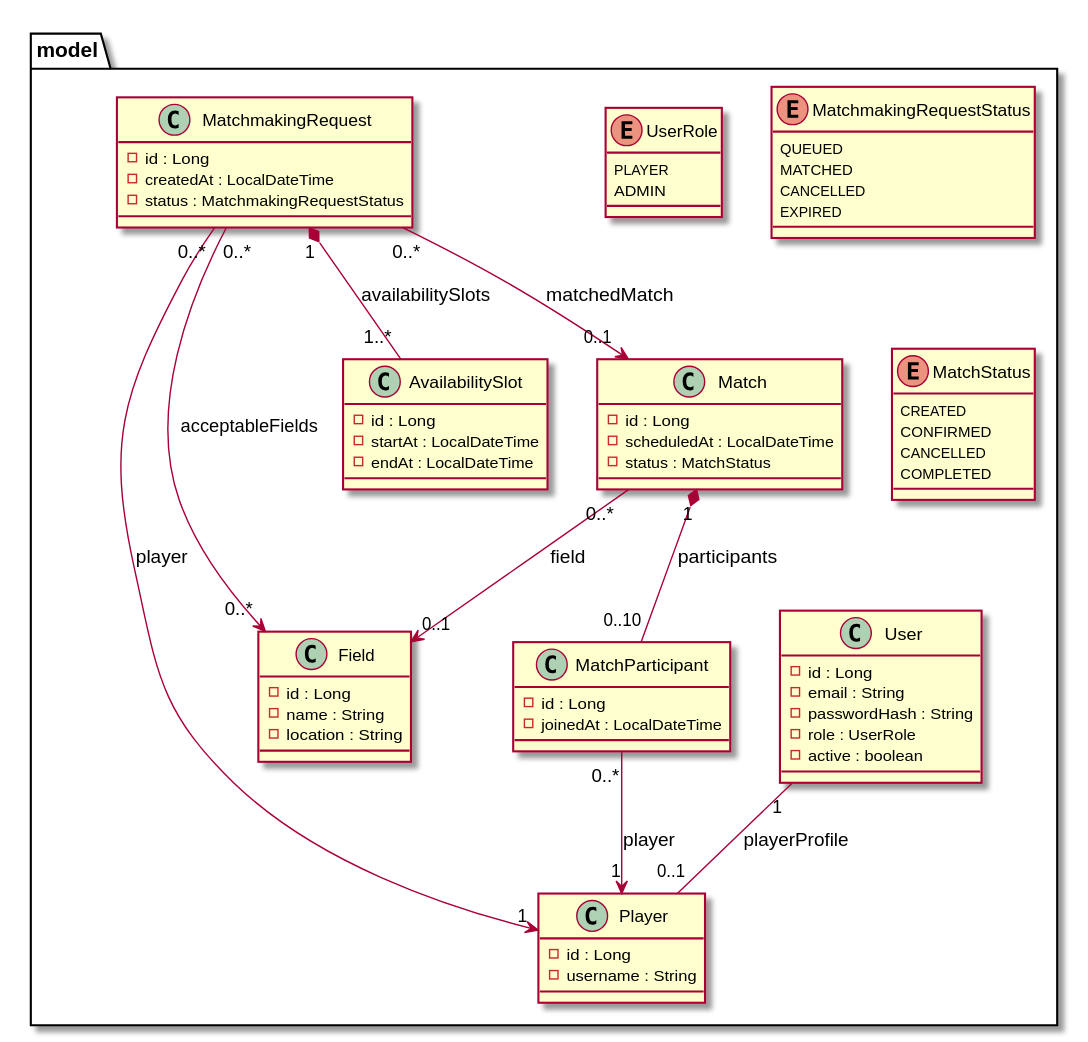
Earlier version of the PlantUML export mmk-backend/umls/architecture/svgs/model.svg (danintvl/mmk). The source it was exported from:
```plantuml
@startuml
package "model" {

  class User {
    - id : Long
    - email : String
    - passwordHash : String
    - role : UserRole
    - active : boolean
  }

  class Player {
    - id : Long
    - username : String
  }

  class Field {
    - id : Long
    - name : String
    - location : String
  }

  class MatchmakingRequest {
    - id : Long
    - createdAt : LocalDateTime
    - status : MatchmakingRequestStatus
  }

  class AvailabilitySlot {
    - id : Long
    - startAt : LocalDateTime
    - endAt : LocalDateTime
  }

  class Match {
    - id : Long
    - scheduledAt : LocalDateTime
    - status : MatchStatus
  }

  class MatchParticipant {
    - id : Long
    - joinedAt : LocalDateTime
  }

  enum UserRole {
    PLAYER
    ADMIN
  }

  enum MatchmakingRequestStatus {
    QUEUED
    MATCHED
    CANCELLED
    EXPIRED
  }

  enum MatchStatus {
    CREATED
    CONFIRMED
    CANCELLED
    COMPLETED
  }

  User "1" -- "0..1" Player : playerProfile

  MatchmakingRequest "0..*" --> "1" Player : player
  MatchmakingRequest "1" *-- "1..*" AvailabilitySlot : availabilitySlots
  MatchmakingRequest "0..*" --> "0..*" Field : acceptableFields
  MatchmakingRequest "0..*" --> "0..1" Match : matchedMatch

  Match "1" *-- "0..10" MatchParticipant : participants
  MatchParticipant "0..*" --> "1" Player : player

  Match "0..*" --> "0..1" Field : field
}
@enduml
```
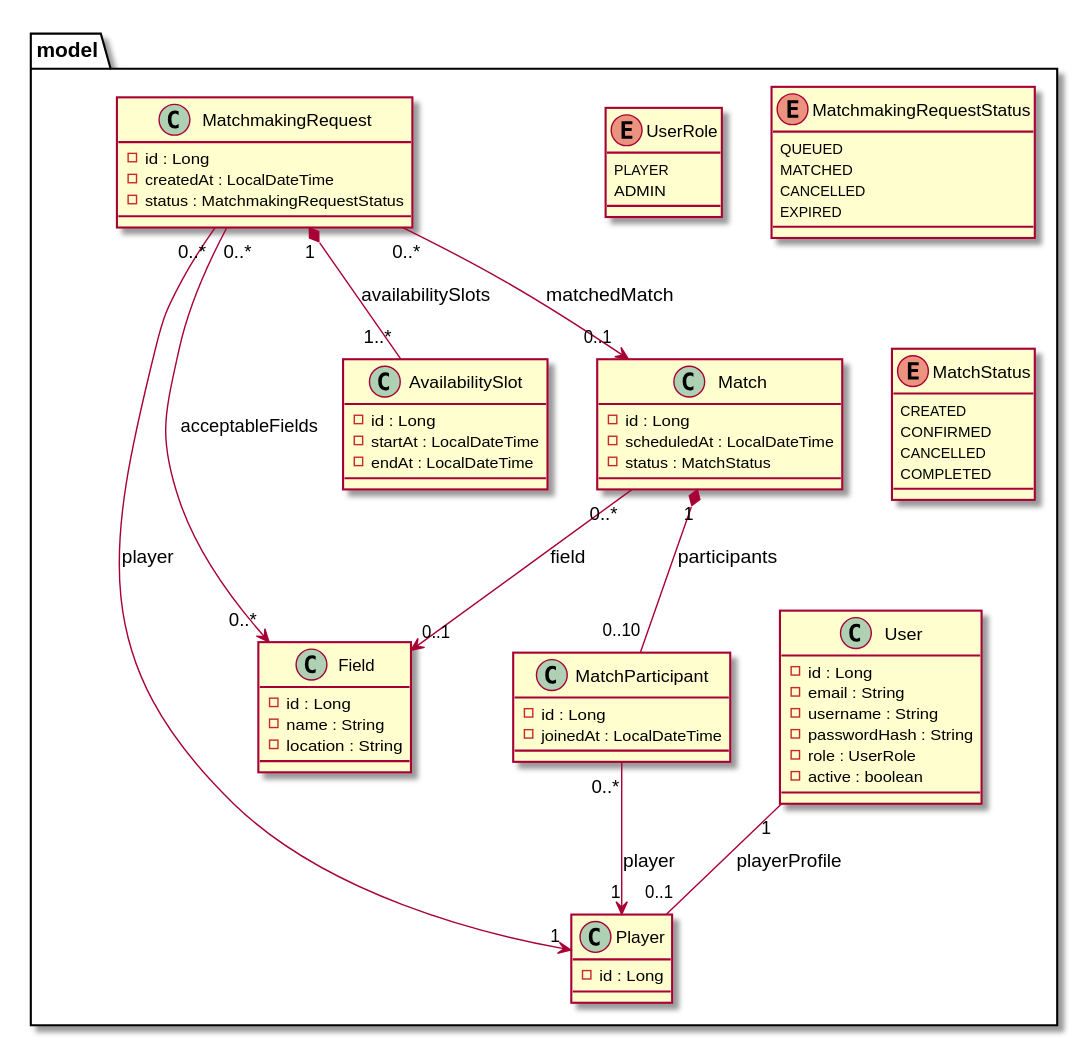
Later version of the same file.

Commit message:
changed then resetted back to old puml

Change to the diagram source:
```diff
@@ -4,6 +4,7 @@
   class User {
     - id : Long
     - email : String
+    - username : String
     - passwordHash : String
     - role : UserRole
     - active : boolean
@@ -11,7 +12,6 @@
 
   class Player {
     - id : Long
-    - username : String
   }
 
   class Field {
```
